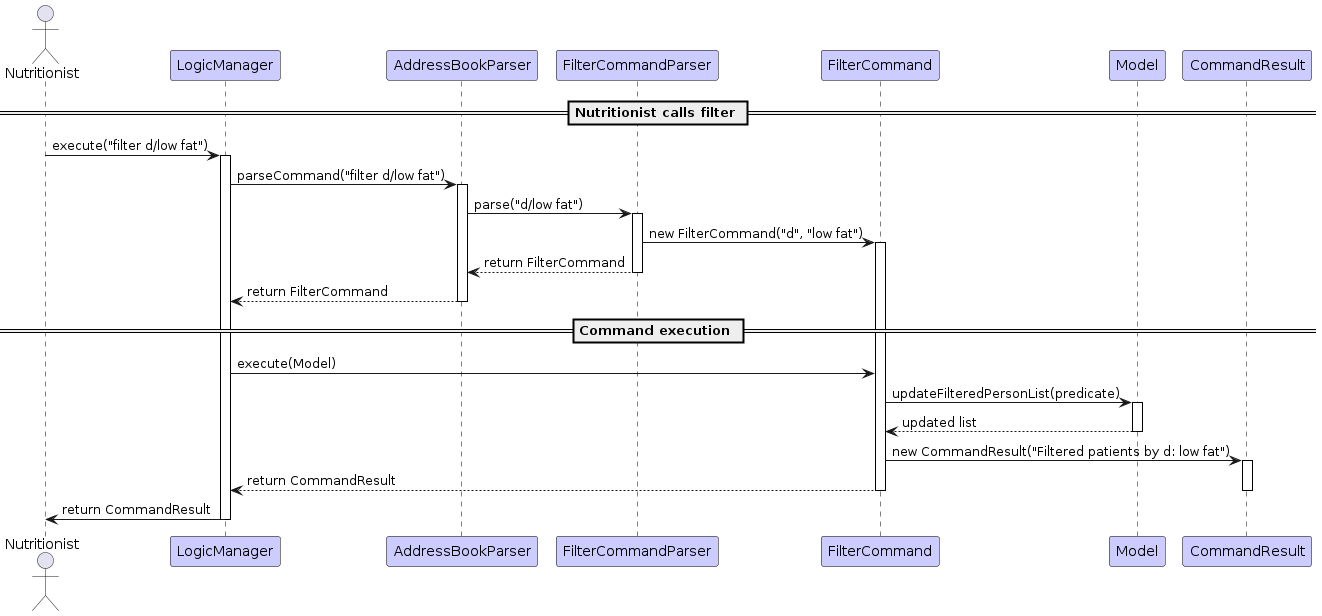
Earlier version of the PlantUML export diagrams/FilterCommandSequenceDiagram.png (NoahKoh/tp). Its source is kept beside it as diagrams/FilterCommandSequenceDiagram.puml. Its diagram source:
```plantuml
@startuml
skinparam participantStyle rectangle
skinparam shadowing false
skinparam sequence {
    lifeLineBorderColor #000000
    lifeLineBackgroundColor #FFFFFF
      participantBorderColor #000000
      participantBackgroundColor #CCCCFF
      boxBorderColor #999999
      boxBackgroundColor #DDDDFF
      activateBackgroundColor #9999FF
      activateBorderColor #333399
}

actor Nutritionist
participant LogicManager
participant AddressBookParser
participant FilterCommandParser
participant FilterCommand
participant Model
participant CommandResult

== Nutritionist calls filter ==
Nutritionist -> LogicManager : execute("filter d/low fat")
activate LogicManager

LogicManager -> AddressBookParser : parseCommand("filter d/low fat")
activate AddressBookParser

AddressBookParser -> FilterCommandParser : parse("d/low fat")
activate FilterCommandParser

FilterCommandParser -> FilterCommand : new FilterCommand("d", "low fat")
activate FilterCommand

FilterCommandParser --> AddressBookParser : return FilterCommand
deactivate FilterCommandParser

AddressBookParser --> LogicManager : return FilterCommand
deactivate AddressBookParser

== Command execution ==
LogicManager -> FilterCommand : execute(Model)
FilterCommand -> Model : updateFilteredPersonList(predicate)
activate Model
Model --> FilterCommand : updated list
deactivate Model

FilterCommand -> CommandResult : new CommandResult("Filtered patients by d: low fat")
activate CommandResult
FilterCommand --> LogicManager : return CommandResult
deactivate CommandResult
deactivate FilterCommand

LogicManager -> Nutritionist : return CommandResult
deactivate LogicManager
@enduml
```
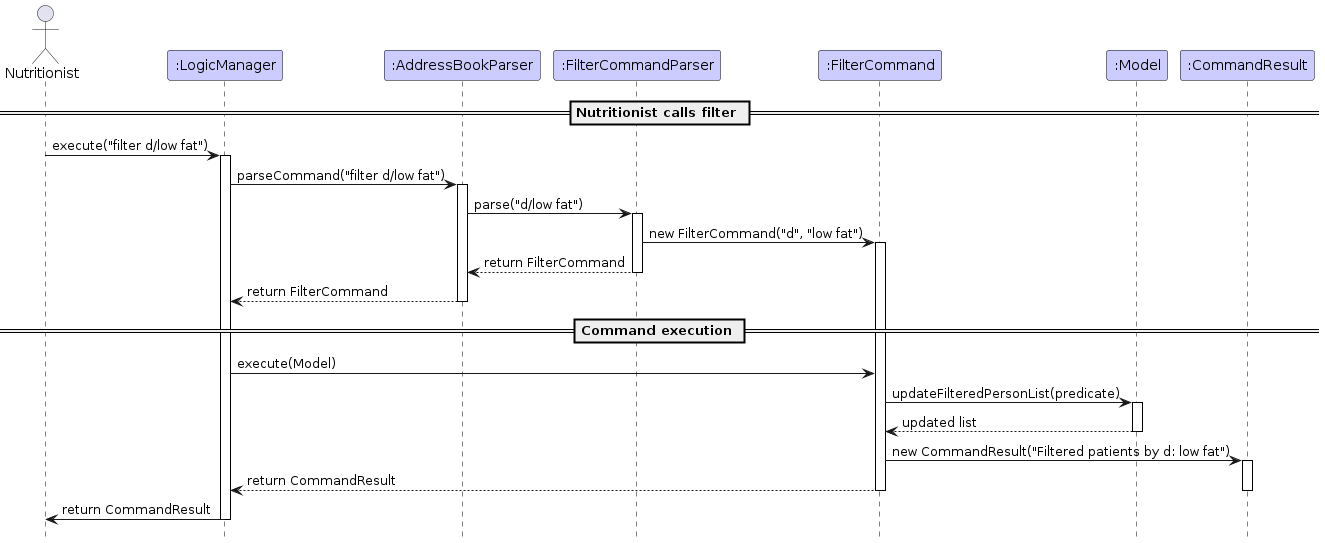
The same diagram one commit later.

Diff of the diagram source:
```diff
@@ -13,12 +13,12 @@
 }
 
 actor Nutritionist
-participant LogicManager
-participant AddressBookParser
-participant FilterCommandParser
-participant FilterCommand
-participant Model
-participant CommandResult
+participant ":LogicManager" as LogicManager
+participant ":AddressBookParser" as AddressBookParser
+participant ":FilterCommandParser" as FilterCommandParser
+participant ":FilterCommand" as FilterCommand
+participant ":Model" as Model
+participant ":CommandResult" as CommandResult
 
 == Nutritionist calls filter ==
 Nutritionist -> LogicManager : execute("filter d/low fat")
@@ -54,4 +54,6 @@
 
 LogicManager -> Nutritionist : return CommandResult
 deactivate LogicManager
+
+hide footbox
 @enduml
```
